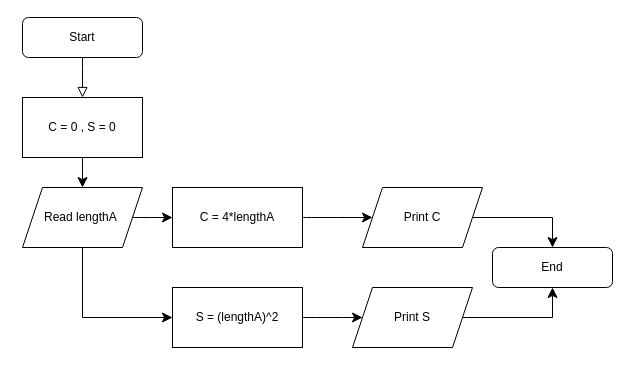
Before: page "Hình vuông" (1 of 2) of Biểu đồ không có tiêu đề.drawio in LONGDKZdev/Flowchart, a draw.io diagram. Source tidied: cells renumbered, new cells numbered last; positions are measured from the earlier drawing's top-left corner, leaving out a move shared by most shapes. Both pictures are drawn from the tidied source at 100%, with x=0, y=0 at pixel (22, 17).
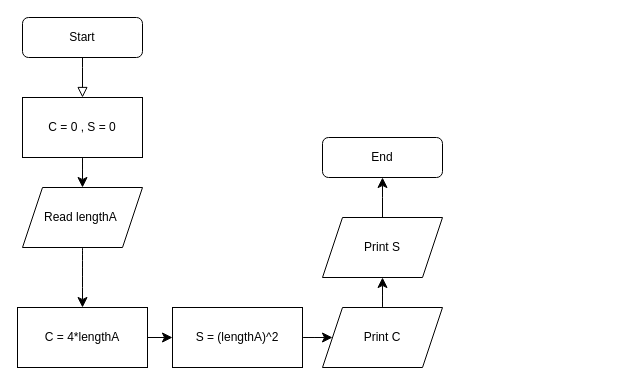
Above is the later version.

Commit message:
C và S hình chữ nhật.drawio

The change refers to these unchanged cells:
```xml
<mxCell id="6" value="Read lengthA&amp;nbsp;" style="shape=parallelogram;perimeter=parallelogramPerimeter;whiteSpace=wrap;html=1;fixedSize=1;" parent="1" vertex="1">
  <mxGeometry y="170" width="120" height="60" as="geometry" />
</mxCell>
```

What changed in the source:
```diff
@@
-    <mxCell id="5" style="edgeStyle=none;curved=1;rounded=0;jettySize=auto;html=1;fontSize=12;startSize=8;endSize=8;exitX=1;exitY=0.5;exitDx=0;exitDy=0;" parent="1" edge="1" source="6">
-      <mxGeometry relative="1" as="geometry">
-        <mxPoint x="150" y="200" as="targetPoint" />
-      </mxGeometry>
-    </mxCell>
@@
-    <mxCell id="8" style="edgeStyle=none;curved=1;rounded=0;jettySize=auto;html=1;fontSize=12;startSize=8;endSize=8;" parent="1" edge="1" source="9">
-      <mxGeometry relative="1" as="geometry">
-        <mxPoint x="350" y="200" as="targetPoint" />
-      </mxGeometry>
+    <mxCell id="8" style="edgeStyle=none;curved=1;rounded=0;jettySize=auto;html=1;fontSize=12;startSize=8;endSize=8;exitX=0.5;exitY=0;exitDx=0;exitDy=0;entryX=0.5;entryY=1;entryDx=0;entryDy=0;" parent="1" edge="1" source="14" target="13">
+      <mxGeometry relative="1" as="geometry" />
     </mxCell>
     <mxCell id="9" value="C = 4*lengthA" style="whiteSpace=wrap;html=1;" parent="1" vertex="1">
-      <mxGeometry x="150" y="170" width="130" height="60" as="geometry" />
+      <mxGeometry x="-5" y="290" width="130" height="60" as="geometry" />
     </mxCell>
@@
     <mxCell id="11" value="S = (lengthA)^2" style="whiteSpace=wrap;html=1;" parent="1" vertex="1">
-      <mxGeometry x="150" y="270" width="130" height="60" as="geometry" />
+      <mxGeometry x="150" y="290" width="130" height="60" as="geometry" />
     </mxCell>
-    <mxCell id="12" style="edgeStyle=elbowEdgeStyle;elbow=vertical;endArrow=classic;html=1;curved=0;rounded=0;endSize=8;startSize=8;fontSize=12;exitX=0.5;exitY=1;exitDx=0;exitDy=0;entryX=0;entryY=0.5;entryDx=0;entryDy=0;" parent="1" edge="1" source="6" target="11">
-      <mxGeometry relative="1" as="geometry">
-        <Array as="points">
-          <mxPoint x="100" y="300" />
-        </Array>
-      </mxGeometry>
+    <mxCell id="12" style="edgeStyle=elbowEdgeStyle;elbow=vertical;endArrow=classic;html=1;curved=0;rounded=0;endSize=8;startSize=8;fontSize=12;exitX=1;exitY=0.5;exitDx=0;exitDy=0;entryX=0;entryY=0.5;entryDx=0;entryDy=0;" parent="1" edge="1" source="9" target="11">
+      <mxGeometry relative="1" as="geometry" />
     </mxCell>
-    <mxCell id="13" value="Print C" style="shape=parallelogram;perimeter=parallelogramPerimeter;whiteSpace=wrap;html=1;fixedSize=1;" parent="1" vertex="1">
-      <mxGeometry x="340" y="170" width="120" height="60" as="geometry" />
+    <mxCell id="13" value="Print S" style="shape=parallelogram;perimeter=parallelogramPerimeter;whiteSpace=wrap;html=1;fixedSize=1;" parent="1" vertex="1">
+      <mxGeometry x="300" y="200" width="120" height="60" as="geometry" />
     </mxCell>
-    <mxCell id="14" value="Print S" style="shape=parallelogram;perimeter=parallelogramPerimeter;whiteSpace=wrap;html=1;fixedSize=1;" parent="1" vertex="1">
-      <mxGeometry x="330" y="270" width="120" height="60" as="geometry" />
+    <mxCell id="14" value="Print C" style="shape=parallelogram;perimeter=parallelogramPerimeter;whiteSpace=wrap;html=1;fixedSize=1;" parent="1" vertex="1">
+      <mxGeometry x="300" y="290" width="120" height="60" as="geometry" />
     </mxCell>
-    <mxCell id="15" style="edgeStyle=elbowEdgeStyle;elbow=vertical;endArrow=classic;html=1;curved=0;rounded=0;endSize=8;startSize=8;fontSize=12;exitX=1;exitY=0.5;exitDx=0;exitDy=0;entryX=0.5;entryY=1;entryDx=0;entryDy=0;" parent="1" edge="1" source="14" target="17">
-      <mxGeometry relative="1" as="geometry">
-        <Array as="points">
-          <mxPoint x="490" y="300" />
-        </Array>
-      </mxGeometry>
-    </mxCell>
-    <mxCell id="16" style="edgeStyle=elbowEdgeStyle;elbow=vertical;endArrow=classic;html=1;curved=0;rounded=0;endSize=8;startSize=8;fontSize=12;exitX=1;exitY=0.5;exitDx=0;exitDy=0;entryX=0.5;entryY=0;entryDx=0;entryDy=0;" parent="1" edge="1" source="13" target="17">
+    <mxCell id="16" style="edgeStyle=elbowEdgeStyle;elbow=vertical;endArrow=classic;html=1;curved=0;rounded=0;endSize=8;startSize=8;fontSize=12;exitX=0.5;exitY=0;exitDx=0;exitDy=0;entryX=0.5;entryY=1;entryDx=0;entryDy=0;" parent="1" edge="1" source="13" target="17">
       <mxGeometry relative="1" as="geometry">
         <Array as="points">
+          <mxPoint x="370" y="180" />
+          <mxPoint x="510" y="300" />
           <mxPoint x="510" y="200" />
           <mxPoint x="430" y="140" />
         </Array>
       </mxGeometry>
     </mxCell>
     <mxCell id="17" value="End" style="rounded=1;whiteSpace=wrap;html=1;" parent="1" vertex="1">
-      <mxGeometry x="470" y="230" width="120" height="40" as="geometry" />
+      <mxGeometry x="300" y="120" width="120" height="40" as="geometry" />
     </mxCell>
+    <mxCell id="18" style="edgeStyle=none;curved=1;rounded=0;jettySize=auto;html=1;entryX=0.5;entryY=0;entryDx=0;entryDy=0;fontSize=12;startSize=8;endSize=8;" parent="1" edge="1" source="6" target="9">
+      <mxGeometry relative="1" as="geometry" />
+    </mxCell>
```
